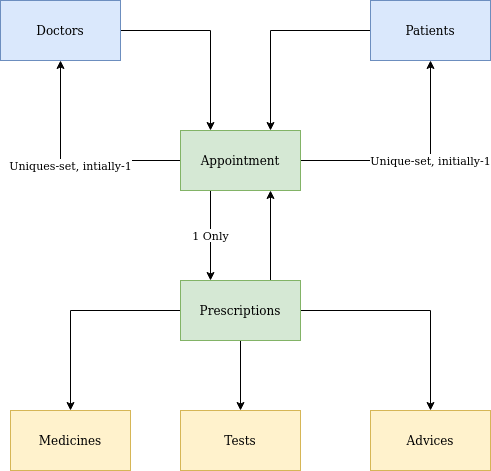
This is docs/datalayout.png from Mjing/telehealers-backend, a draw.io export, as it was before one commit. Source tidied: cells renumbered, new cells last; positions are measured from the earlier drawing's top-left corner, leaving out a move shared by most shapes.
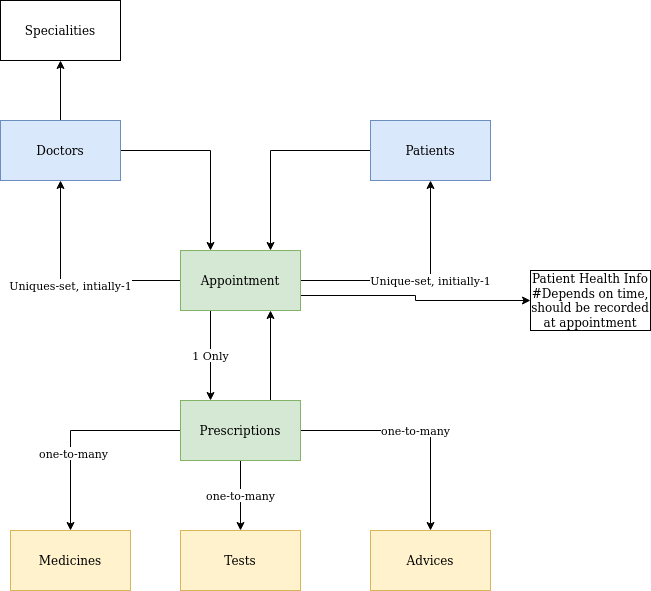
Above is the later version.

Commit message:
Added data-layout sql script

The edit, as a diff of the source:
```diff
@@ -5,10 +5,13 @@
     <mxCell id="2" style="edgeStyle=orthogonalEdgeStyle;rounded=0;jettySize=auto;html=1;exitX=0;exitY=0.5;exitDx=0;exitDy=0;entryX=0.5;entryY=0;entryDx=0;entryDy=0;" parent="1" edge="1" source="6" target="16">
       <mxGeometry relative="1" as="geometry" />
     </mxCell>
+    <mxCell id="19" value="one-to-many" style="edgeLabel;html=1;align=center;verticalAlign=middle;" parent="2" vertex="1">
+      <mxGeometry x="0.26" y="2" relative="1" as="geometry" />
+    </mxCell>
-    <mxCell id="3" style="edgeStyle=orthogonalEdgeStyle;rounded=0;jettySize=auto;html=1;exitX=0.5;exitY=1;exitDx=0;exitDy=0;" parent="1" edge="1" source="6" target="17">
+    <mxCell id="3" value="one-to-many" style="edgeStyle=orthogonalEdgeStyle;rounded=0;jettySize=auto;html=1;exitX=0.5;exitY=1;exitDx=0;exitDy=0;" parent="1" edge="1" source="6" target="17">
       <mxGeometry relative="1" as="geometry" />
     </mxCell>
-    <mxCell id="4" style="edgeStyle=orthogonalEdgeStyle;rounded=0;jettySize=auto;html=1;exitX=1;exitY=0.5;exitDx=0;exitDy=0;" parent="1" edge="1" source="6" target="18">
+    <mxCell id="4" value="one-to-many" style="edgeStyle=orthogonalEdgeStyle;rounded=0;jettySize=auto;html=1;exitX=1;exitY=0.5;exitDx=0;exitDy=0;" parent="1" edge="1" source="6" target="18">
       <mxGeometry relative="1" as="geometry" />
     </mxCell>
     <mxCell id="5" style="edgeStyle=orthogonalEdgeStyle;rounded=0;jettySize=auto;html=1;exitX=0.75;exitY=0;exitDx=0;exitDy=0;entryX=0.75;entryY=1;entryDx=0;entryDy=0;" parent="1" edge="1" source="6" target="11">
@@ -29,12 +32,18 @@
     <mxCell id="10" value="&lt;div&gt;1 Only&lt;/div&gt;" style="edgeStyle=orthogonalEdgeStyle;rounded=0;jettySize=auto;html=1;exitX=0.25;exitY=1;exitDx=0;exitDy=0;entryX=0.25;entryY=0;entryDx=0;entryDy=0;" parent="1" edge="1" source="11" target="6">
       <mxGeometry relative="1" as="geometry" />
     </mxCell>
+    <mxCell id="20" style="edgeStyle=orthogonalEdgeStyle;rounded=0;jettySize=auto;html=1;exitX=1;exitY=0.75;exitDx=0;exitDy=0;" parent="1" edge="1" source="11" target="23">
+      <mxGeometry relative="1" as="geometry" />
+    </mxCell>
     <mxCell id="11" value="Appointment" style="rounded=0;whiteSpace=wrap;html=1;fillColor=#d5e8d4;strokeColor=#82b366;" parent="1" vertex="1">
       <mxGeometry x="180" y="130" width="120" height="60" as="geometry" />
     </mxCell>
     <mxCell id="12" style="edgeStyle=orthogonalEdgeStyle;rounded=0;jettySize=auto;html=1;exitX=1;exitY=0.5;exitDx=0;exitDy=0;entryX=0.25;entryY=0;entryDx=0;entryDy=0;" parent="1" edge="1" source="13" target="11">
       <mxGeometry relative="1" as="geometry" />
     </mxCell>
+    <mxCell id="21" style="edgeStyle=orthogonalEdgeStyle;rounded=0;jettySize=auto;html=1;entryX=0.5;entryY=1;entryDx=0;entryDy=0;" parent="1" edge="1" source="13" target="22">
+      <mxGeometry relative="1" as="geometry" />
+    </mxCell>
     <mxCell id="13" value="Doctors" style="rounded=0;whiteSpace=wrap;html=1;fillColor=#dae8fc;strokeColor=#6c8ebf;" parent="1" vertex="1">
       <mxGeometry width="120" height="60" as="geometry" />
     </mxCell>
@@ -53,5 +62,11 @@
     <mxCell id="18" value="Advices" style="rounded=0;whiteSpace=wrap;html=1;fillColor=#fff2cc;strokeColor=#d6b656;" parent="1" vertex="1">
       <mxGeometry x="370" y="410" width="120" height="60" as="geometry" />
     </mxCell>
+    <mxCell id="22" value="Specialities" style="rounded=0;whiteSpace=wrap;html=1;" parent="1" vertex="1">
+      <mxGeometry y="-120" width="120" height="60" as="geometry" />
+    </mxCell>
+    <mxCell id="23" value="&lt;div&gt;Patient Health Info&lt;/div&gt;&lt;div&gt;#Depends on time, &lt;br&gt;&lt;/div&gt;&lt;div&gt;should be recorded at appointment&lt;br&gt;&lt;/div&gt;" style="rounded=0;whiteSpace=wrap;html=1;" parent="1" vertex="1">
+      <mxGeometry x="530" y="150" width="120" height="60" as="geometry" />
+    </mxCell>
   </root>
 </mxGraphModel>
```
